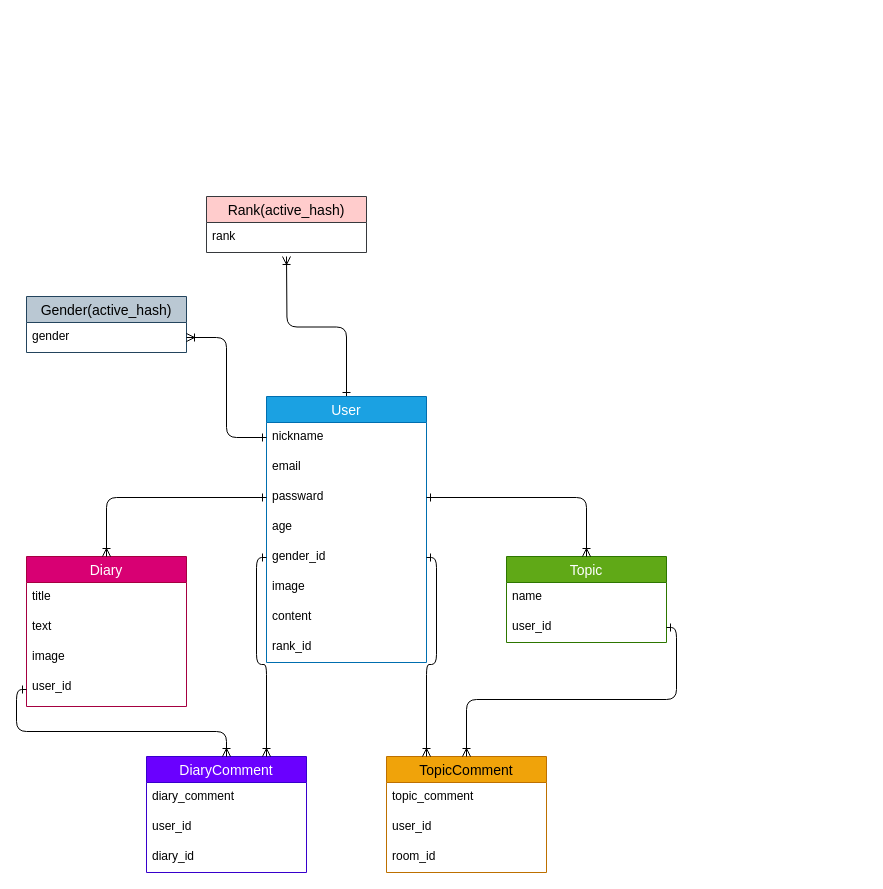
Earlier version of the draw.io diagram ER図.dio (kawamoto06/apex-home). Source tidied: cells renumbered, new cells numbered last; positions are measured from the earlier drawing's top-left corner, leaving out a move shared by most shapes. Both pictures are drawn from the tidied source at 100%, with x=0, y=0 at pixel (26, 196).
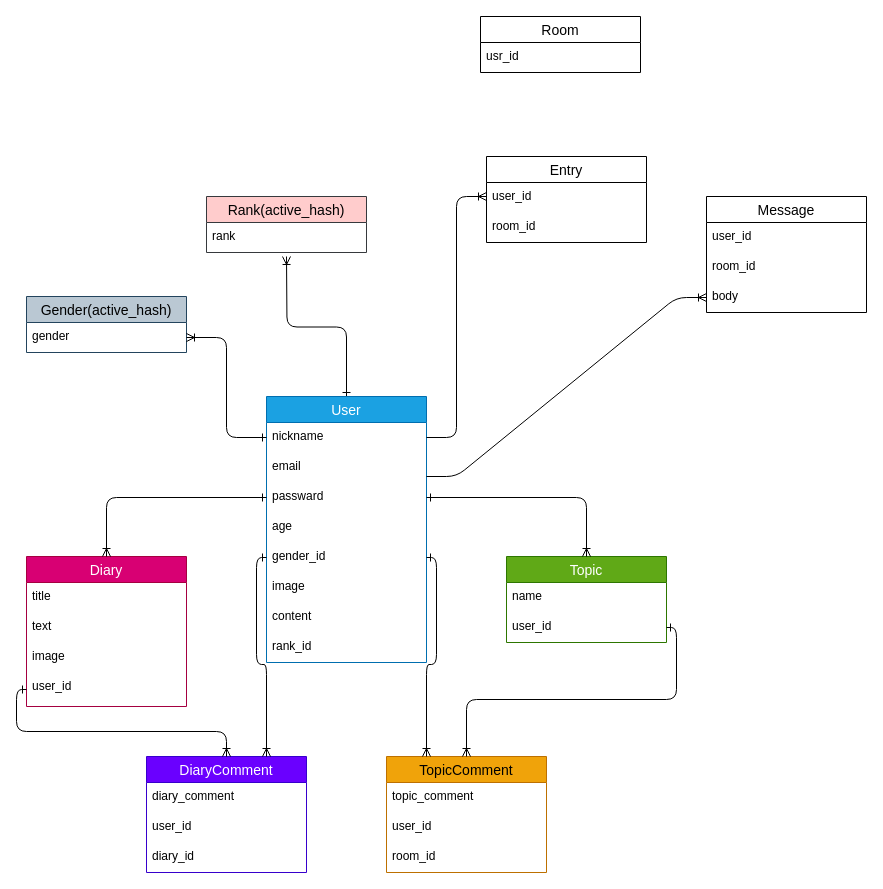
The same page after the edit.

The change refers to these unchanged cells:
```xml
<mxCell id="4" value="nickname" style="text;fillColor=none;spacingLeft=4;spacingRight=4;overflow=hidden;points=[[0,0.5],[1,0.5]];portConstraint=eastwest;fontSize=12;" parent="3" vertex="1">
  <mxGeometry y="26" width="160" height="30" as="geometry" />
</mxCell>
```

What changed in the source:
```diff
@@
+    <mxCell id="39" value="Entry" style="swimlane;fontStyle=0;horizontal=1;startSize=26;align=center;fontSize=14;" parent="1" vertex="1">
+      <mxGeometry x="460" y="-40" width="160" height="86" as="geometry" />
+    </mxCell>
+    <mxCell id="40" value="user_id" style="text;strokeColor=none;fillColor=none;spacingLeft=4;spacingRight=4;overflow=hidden;fontSize=12;" parent="39" vertex="1">
+      <mxGeometry y="26" width="160" height="30" as="geometry" />
+    </mxCell>
+    <mxCell id="41" value="room_id" style="text;strokeColor=none;fillColor=none;spacingLeft=4;spacingRight=4;overflow=hidden;fontSize=12;" parent="39" vertex="1">
+      <mxGeometry y="56" width="160" height="30" as="geometry" />
+    </mxCell>
+    <mxCell id="42" value="Message" style="swimlane;fontStyle=0;horizontal=1;startSize=26;align=center;fontSize=14;" parent="1" vertex="1">
+      <mxGeometry x="680" width="160" height="116" as="geometry" />
+    </mxCell>
+    <mxCell id="43" value="user_id" style="text;strokeColor=none;fillColor=none;spacingLeft=4;spacingRight=4;overflow=hidden;fontSize=12;" parent="42" vertex="1">
+      <mxGeometry y="26" width="160" height="30" as="geometry" />
+    </mxCell>
+    <mxCell id="44" value="room_id" style="text;strokeColor=none;fillColor=none;spacingLeft=4;spacingRight=4;overflow=hidden;fontSize=12;" parent="42" vertex="1">
+      <mxGeometry y="56" width="160" height="30" as="geometry" />
+    </mxCell>
+    <mxCell id="45" value="body" style="text;strokeColor=none;fillColor=none;spacingLeft=4;spacingRight=4;overflow=hidden;points=[[0,0.5],[1,0.5]];portConstraint=eastwest;fontSize=12;" parent="42" vertex="1">
+      <mxGeometry y="86" width="160" height="30" as="geometry" />
+    </mxCell>
+    <mxCell id="46" value="Room" style="swimlane;fontStyle=0;horizontal=1;startSize=26;align=center;fontSize=14;" parent="1" vertex="1">
+      <mxGeometry x="454" y="-180" width="160" height="56" as="geometry" />
+    </mxCell>
+    <mxCell id="47" value="usr_id" style="text;strokeColor=none;fillColor=none;spacingLeft=4;spacingRight=4;overflow=hidden;fontSize=12;" parent="46" vertex="1">
+      <mxGeometry y="26" width="160" height="30" as="geometry" />
+    </mxCell>
+    <mxCell id="48" style="edgeStyle=entityRelationEdgeStyle;fontSize=12;html=1;endArrow=ERoneToMany;endFill=0;exitX=1;exitY=0.5;exitDx=0;exitDy=0;" parent="1" edge="1" source="4">
+      <mxGeometry relative="1" as="geometry">
+        <mxPoint x="460" as="targetPoint" />
+      </mxGeometry>
+    </mxCell>
+    <mxCell id="49" style="edgeStyle=entityRelationEdgeStyle;fontSize=12;html=1;endArrow=ERoneToMany;endFill=0;entryX=0;entryY=0.5;entryDx=0;entryDy=0;" parent="1" edge="1" target="45">
+      <mxGeometry relative="1" as="geometry">
+        <mxPoint x="400" y="280" as="sourcePoint" />
+      </mxGeometry>
+    </mxCell>
```
